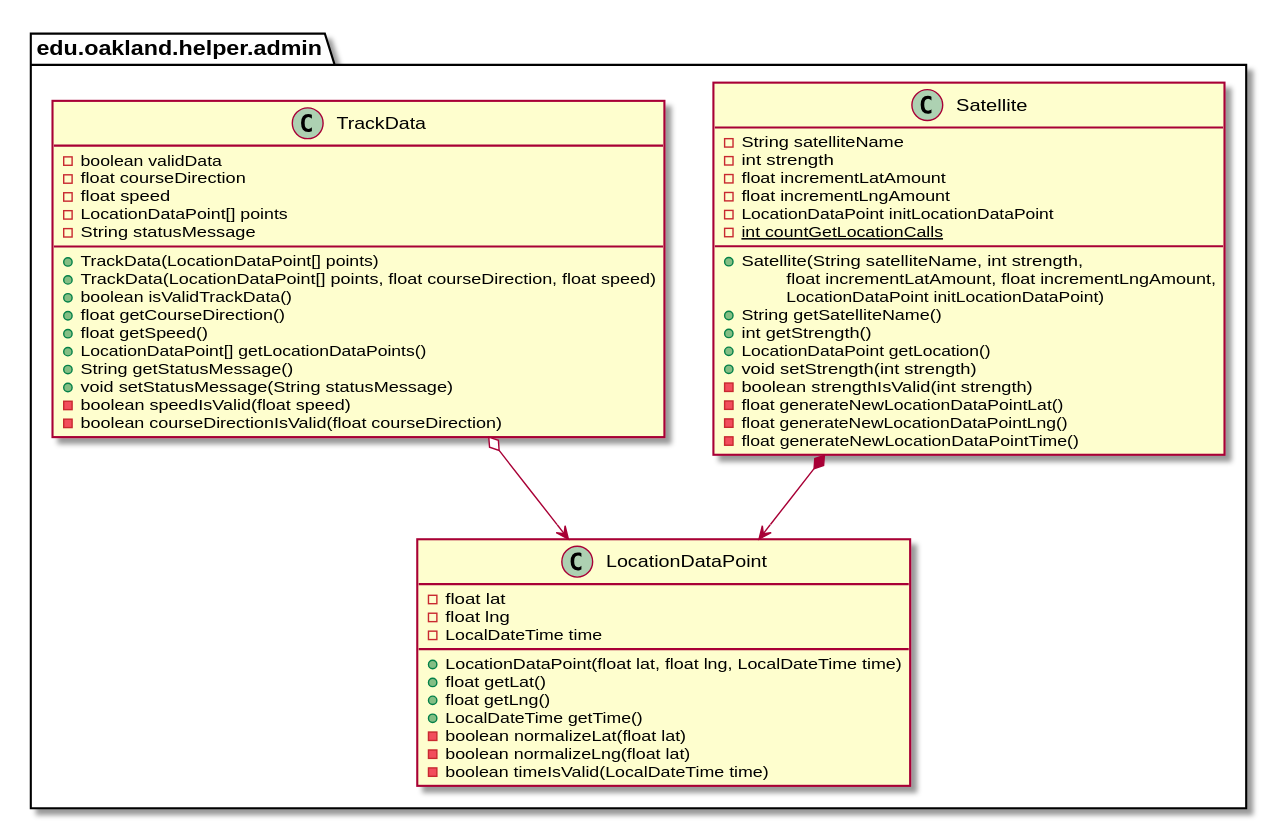
This is docs/uml-class-diagrams/admin/helper/AdminHelperPackage_Closure.svg from andrewdimmer/csi-3370-software-project, a PlantUML export, as it was before one commit.
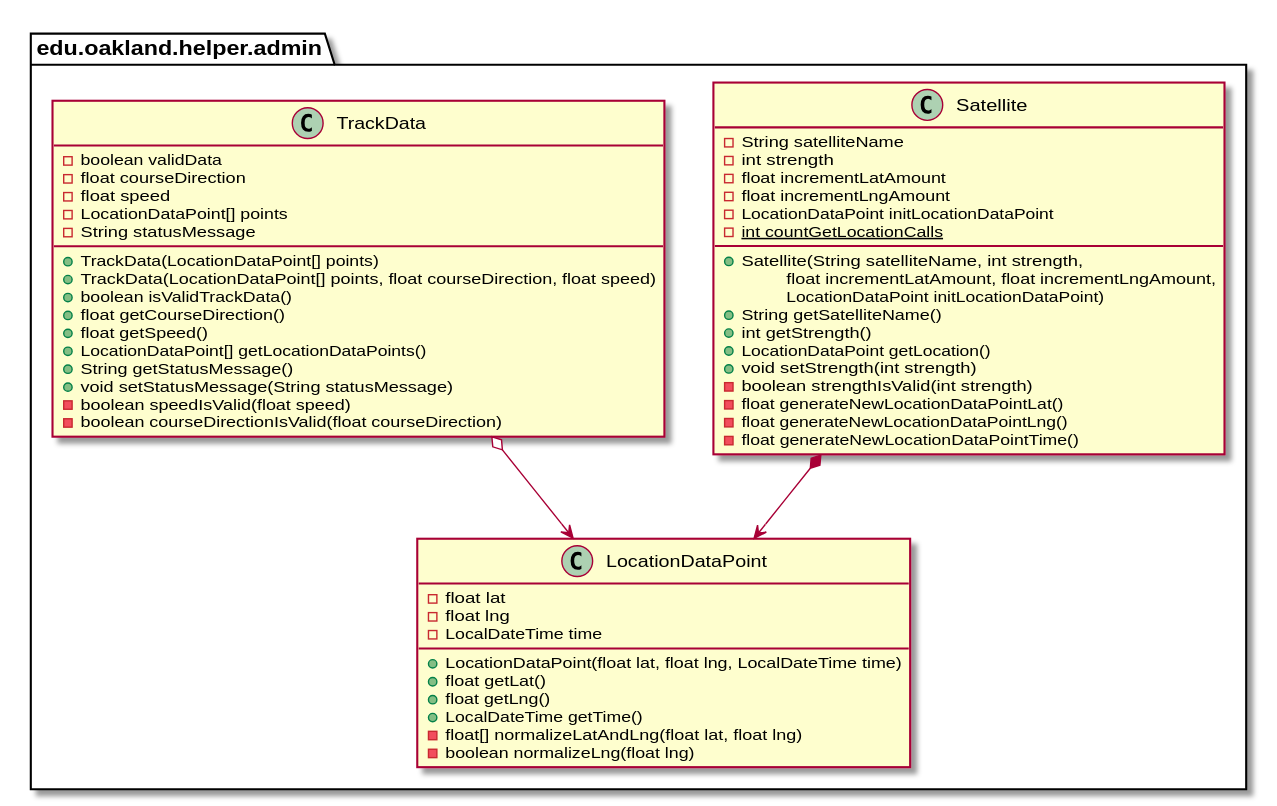
Above is the later version.

The edit, as a diff of the source:
```diff
@@ -15,9 +15,8 @@
         + float getLat()
         + float getLng()
         + LocalDateTime getTime()
-        - boolean normalizeLat(float lat)
-        - boolean normalizeLng(float lat)
-        - boolean timeIsValid(LocalDateTime time)
+        - float[] normalizeLatAndLng(float lat, float lng)
+        - boolean normalizeLng(float lng)
     }
 }
 
```
